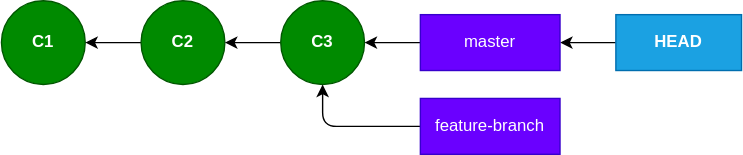
This is img/c3-merge-feature-branch.svg from gbroques/git-internals-presentation, a draw.io export, as it was before one commit. Source tidied: cells renumbered, new cells last; positions are measured from the earlier drawing's top-left corner, leaving out a move shared by most shapes.
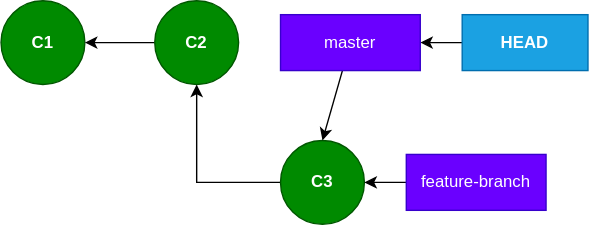
The same file after the commit.

The edit, as a diff of the source:
```diff
@@ -9,35 +9,31 @@
       <mxGeometry relative="1" as="geometry" />
     </mxCell>
     <mxCell id="4" value="&lt;b&gt;HEAD&lt;/b&gt;" style="rounded=0;whiteSpace=wrap;html=1;fillColor=#1ba1e2;strokeColor=#006EAF;fontColor=#ffffff;" parent="1" vertex="1">
-      <mxGeometry x="440" y="10" width="90" height="40" as="geometry" />
+      <mxGeometry x="330" y="10" width="90" height="40" as="geometry" />
     </mxCell>
     <mxCell id="5" style="edgeStyle=orthogonalEdgeStyle;rounded=0;jettySize=auto;html=1;" parent="1" edge="1" source="6" target="2">
       <mxGeometry relative="1" as="geometry" />
     </mxCell>
     <mxCell id="6" value="C2" style="ellipse;whiteSpace=wrap;html=1;fillColor=#008a00;strokeColor=#005700;fontColor=#ffffff;fontStyle=1;" parent="1" vertex="1">
-      <mxGeometry x="100" width="60" height="60" as="geometry" />
+      <mxGeometry x="110" width="60" height="60" as="geometry" />
     </mxCell>
-    <mxCell id="7" style="edgeStyle=none;html=1;entryX=1;entryY=0.5;entryDx=0;entryDy=0;" parent="1" edge="1" source="8" target="6">
-      <mxGeometry relative="1" as="geometry" />
-    </mxCell>
+    <mxCell id="13" style="edgeStyle=orthogonalEdgeStyle;rounded=0;jettySize=auto;html=1;entryX=0.5;entryY=1;entryDx=0;entryDy=0;" parent="1" edge="1" source="8" target="6">
+      <mxGeometry relative="1" as="geometry" />
+    </mxCell>
     <mxCell id="8" value="C3" style="ellipse;whiteSpace=wrap;html=1;fillColor=#008a00;strokeColor=#005700;fontColor=#ffffff;fontStyle=1;" parent="1" vertex="1">
-      <mxGeometry x="200" width="60" height="60" as="geometry" />
+      <mxGeometry x="200" y="100" width="60" height="60" as="geometry" />
     </mxCell>
-    <mxCell id="9" style="edgeStyle=none;html=1;entryX=0.5;entryY=1;entryDx=0;entryDy=0;" parent="1" edge="1" source="10" target="8">
-      <mxGeometry relative="1" as="geometry">
-        <Array as="points">
-          <mxPoint x="230" y="90" />
-        </Array>
-      </mxGeometry>
+    <mxCell id="9" style="edgeStyle=orthogonalEdgeStyle;rounded=0;jettySize=auto;html=1;entryX=1;entryY=0.5;entryDx=0;entryDy=0;" parent="1" edge="1" source="10" target="8">
+      <mxGeometry relative="1" as="geometry" />
     </mxCell>
     <mxCell id="10" value="feature-branch" style="rounded=0;whiteSpace=wrap;html=1;fillColor=#6a00ff;strokeColor=#3700CC;fontColor=#ffffff;" parent="1" vertex="1">
-      <mxGeometry x="300" y="70" width="100" height="40" as="geometry" />
+      <mxGeometry x="290" y="110" width="100" height="40" as="geometry" />
     </mxCell>
-    <mxCell id="11" style="edgeStyle=none;html=1;entryX=1;entryY=0.5;entryDx=0;entryDy=0;" parent="1" edge="1" source="12" target="8">
-      <mxGeometry relative="1" as="geometry" />
-    </mxCell>
+    <mxCell id="7" style="edgeStyle=none;html=1;entryX=0.5;entryY=0;entryDx=0;entryDy=0;" parent="1" edge="1" source="12" target="8">
+      <mxGeometry relative="1" as="geometry" />
+    </mxCell>
     <mxCell id="12" value="master" style="rounded=0;whiteSpace=wrap;html=1;fillColor=#6a00ff;strokeColor=#3700CC;fontColor=#ffffff;" parent="1" vertex="1">
-      <mxGeometry x="300" y="10" width="100" height="40" as="geometry" />
+      <mxGeometry x="200" y="10" width="100" height="40" as="geometry" />
     </mxCell>
   </root>
 </mxGraphModel>
```
